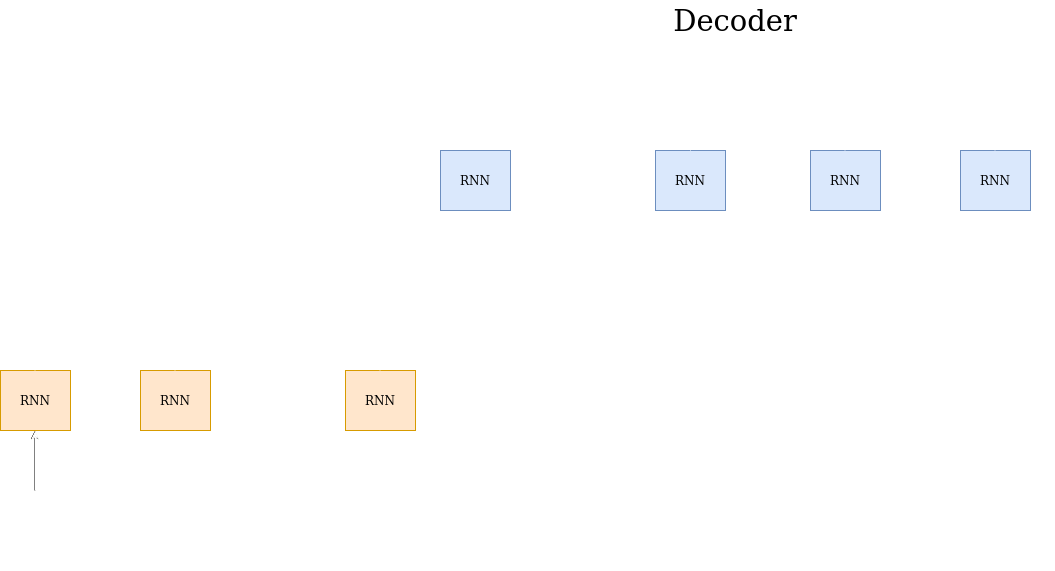
Before: images/encoder_decoder_architecture.png, a diagram exported from draw.io (anuj1729/anuj1729.github.io). Source tidied: cells renumbered, new cells last; positions are measured from the earlier drawing's top-left corner, leaving out a move shared by most shapes.
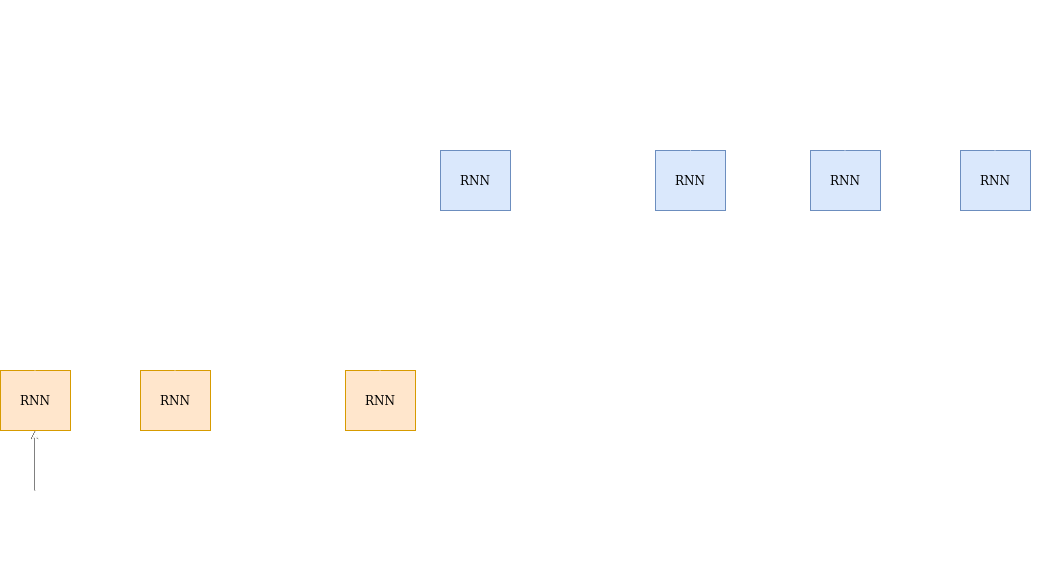
After the change.

Change to the diagram source:
```diff
@@ -153,7 +153,7 @@
     <mxCell id="38" value="&lt;font style=&quot;font-size: 29px&quot;&gt;Encoder&lt;/font&gt;" style="text;html=1;fillColor=none;align=center;verticalAlign=middle;whiteSpace=wrap;rounded=0;fontColor=#FFFFFF;" parent="1" vertex="1">
       <mxGeometry x="130" y="530" width="180" height="40" as="geometry" />
     </mxCell>
-    <mxCell id="39" value="&lt;font style=&quot;font-size: 29px&quot;&gt;Decoder&lt;/font&gt;" style="text;html=1;align=center;verticalAlign=middle;whiteSpace=wrap;rounded=0;fillColor=none;" parent="1" vertex="1">
+    <mxCell id="39" value="&lt;font style=&quot;font-size: 29px&quot;&gt;Decoder&lt;/font&gt;" style="text;html=1;align=center;verticalAlign=middle;whiteSpace=wrap;rounded=0;fillColor=none;fontColor=#FFFFFF;" parent="1" vertex="1">
       <mxGeometry x="645" width="180" height="40" as="geometry" />
     </mxCell>
   </root>
```
